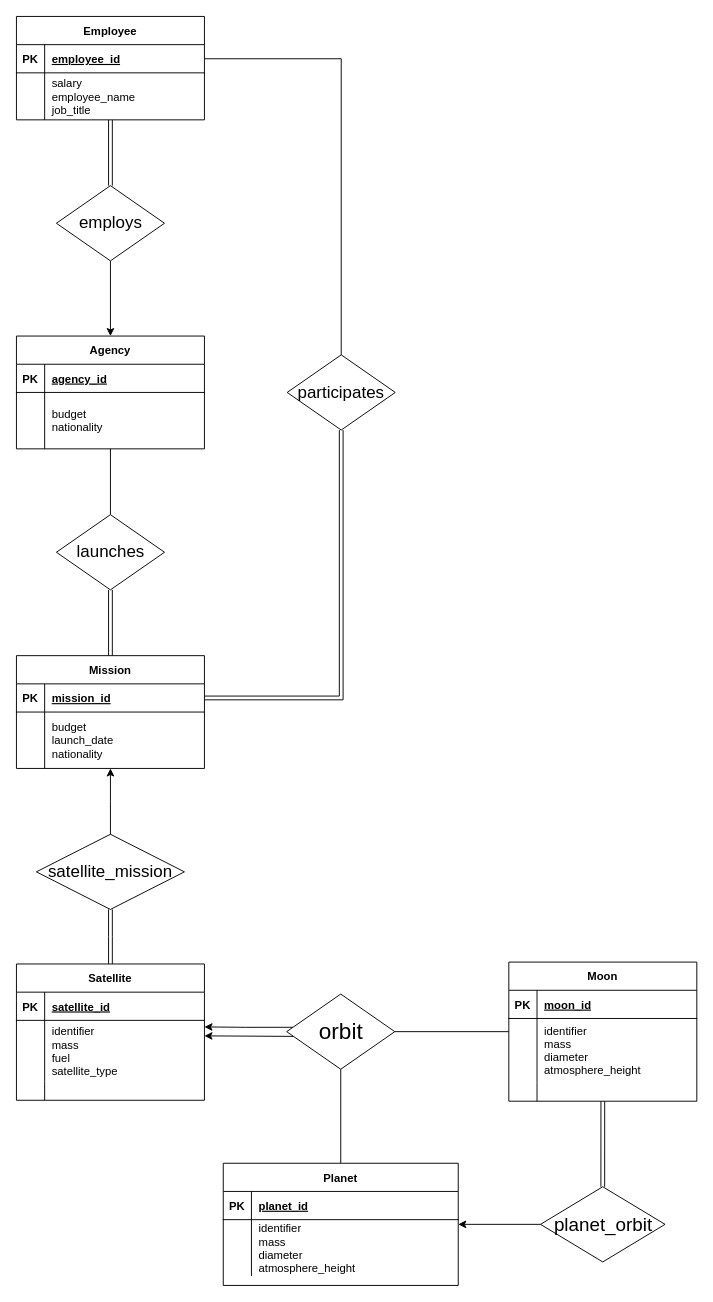
Before: conceptual_design.drawio in tacecapSx/satellite-database, a draw.io diagram. Source tidied: cells renumbered, new cells numbered last; positions are measured from the earlier drawing's top-left corner, leaving out a move shared by most shapes. Both pictures are drawn from the tidied source at 94%, with x=0, y=0 at pixel (16, 16).
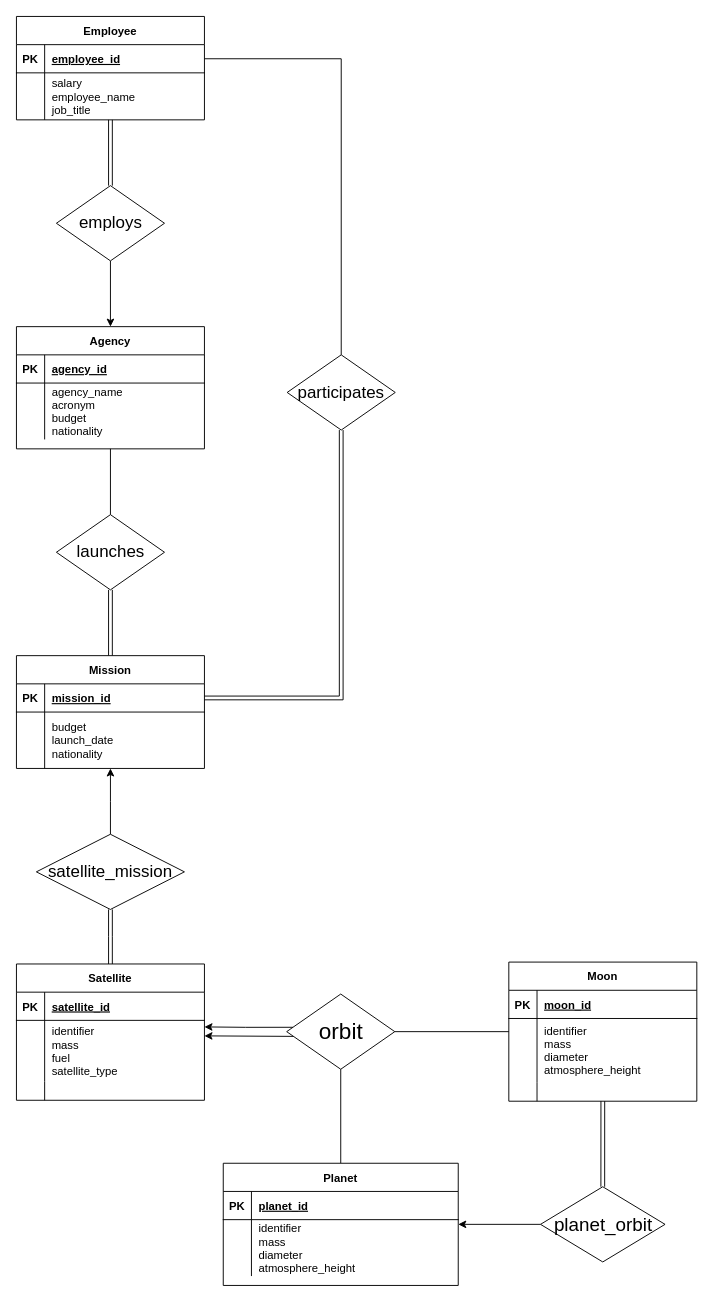
Above is the later version.

The change refers to these unchanged cells:
```xml
<mxCell id="36" style="shape=partialRectangle;fillColor=none;top=0;left=0;right=0;bottom=0;" parent="32" vertex="1">
  <mxGeometry y="60" width="200" height="60" as="geometry" />
</mxCell>
```

What changed in the source:
```diff
@@
     <mxCell id="32" value="Agency" style="shape=table;startSize=30;childLayout=tableLayout;rowLines=0;fontStyle=1;align=center;" parent="1" vertex="1">
-      <mxGeometry y="340" width="200" height="120" as="geometry" />
+      <mxGeometry y="330" width="200" height="130" as="geometry" />
     </mxCell>
@@
-    <mxCell id="38" value="budget&#10;nationality" style="shape=partialRectangle;overflow=hidden;fillColor=none;top=0;left=0;bottom=0;right=0;align=left;spacingLeft=6;" parent="36" vertex="1">
+    <mxCell id="38" value="agency_name&#10;acronym&#10;budget&#10;nationality" style="shape=partialRectangle;overflow=hidden;fillColor=none;top=0;left=0;bottom=0;right=0;align=left;spacingLeft=6;" parent="36" vertex="1">
       <mxGeometry x="30" width="170" height="60" as="geometry" />
     </mxCell>
```
